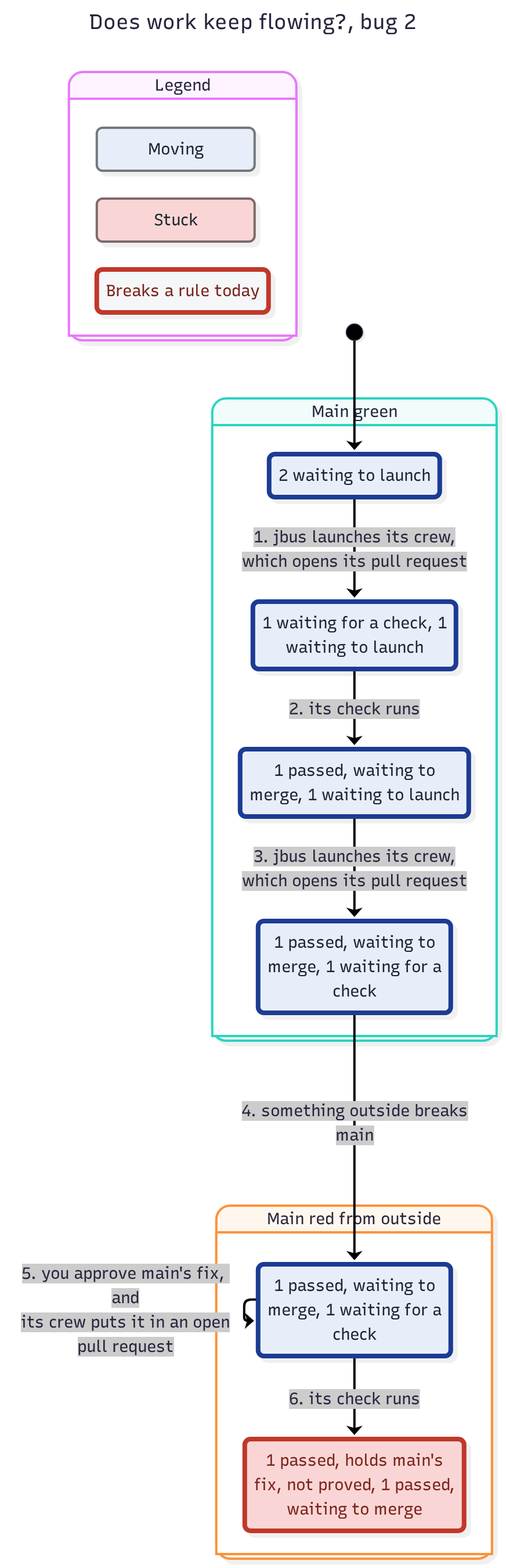
Above: features/jmerge/spec/FlowToday-statechart/bug-2.png in JoshuaHayesWasHere/jstack (Mermaid), before the change. Its source is kept beside it as features/jmerge/spec/FlowToday-statechart/bug-2.mmd.
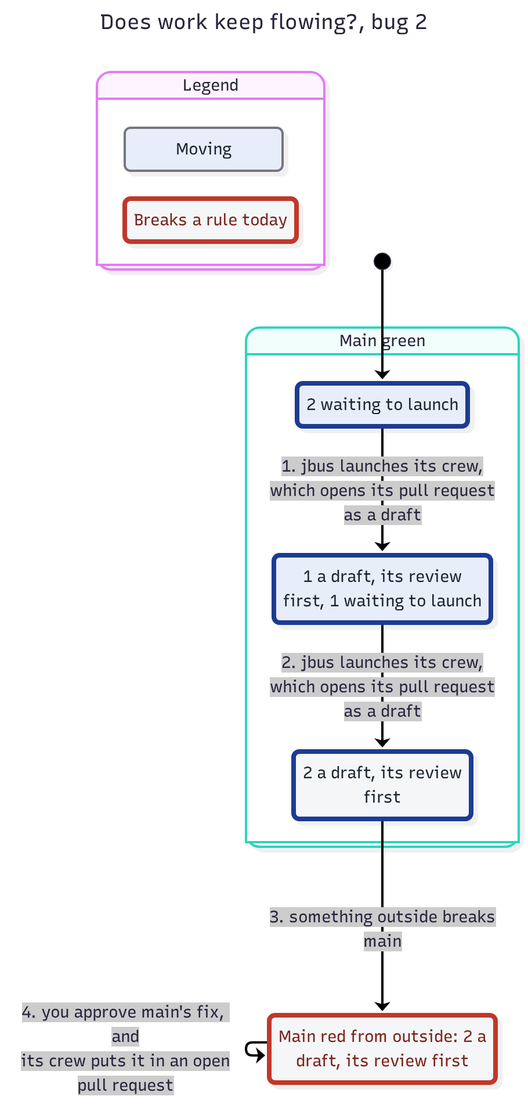
The same diagram one commit later.

Change to the diagram source:
```diff
@@ -7,38 +7,27 @@
 ---
 stateDiagram-v2
   classDef plainWrong fill:#f4f6f7,stroke:#c0392b,stroke-width:4px,color:#7b241c
+  classDef plainPath fill:#f4f6f7,stroke:#1f3a93,stroke-width:4px,color:#1b2631
   classDef group1 fill:#e8eef9,stroke:#74777d,color:#1b2631
   classDef group1Path fill:#e8eef9,stroke:#1f3a93,stroke-width:4px,color:#1b2631
-  classDef group3 fill:#f9d6d5,stroke:#7d6b6b,color:#1b2631
-  classDef group3Wrong fill:#f9d6d5,stroke:#c0392b,stroke-width:4px,color:#7b241c
   state "Legend" as legend {
     state "Moving" as legendGroup1
-    state "Stuck" as legendGroup3
     state "Breaks a rule today" as legendWrong
   }
   class legendGroup1 group1
-  class legendGroup3 group3
   class legendWrong plainWrong
   state "Main green" as g0 {
-    state "1 passed, waiting to<br/>merge, 1 waiting for a<br/>check" as s0
-    state "1 passed, waiting to<br/>merge, 1 waiting to launch" as s1
-    state "1 waiting for a check, 1<br/>waiting to launch" as s2
-    state "2 waiting to launch" as s3
+    state "1 a draft, its review<br/>first, 1 waiting to launch" as s0
+    state "2 a draft, its review<br/>first" as s1
+    state "2 waiting to launch" as s2
   }
-  state "Main red from outside" as g1 {
-    state "1 passed, holds main's<br/>fix, not proved, 1 passed,<br/>waiting to merge" as s4
-    state "1 passed, waiting to<br/>merge, 1 waiting for a<br/>check" as s5
-  }
-  [*] --> s3
-  s3 --> s2 : 1. jbus launches its crew,<br/>which opens its pull request
-  s2 --> s1 : 2. its check runs
-  s1 --> s0 : 3. jbus launches its crew,<br/>which opens its pull request
-  s0 --> s5 : 4. something outside breaks<br/>main
-  s5 --> s4 : 6. its check runs
-  s5 --> s5 : 5. you approve main's fix, and<br/>its crew puts it in an open<br/>pull request
+  state "Main red from outside: 2 a<br/>draft, its review first" as s3
+  [*] --> s2
+  s2 --> s0 : 1. jbus launches its crew,<br/>which opens its pull request<br/>as a draft
+  s0 --> s1 : 2. jbus launches its crew,<br/>which opens its pull request<br/>as a draft
+  s1 --> s3 : 3. something outside breaks<br/>main
+  s3 --> s3 : 4. you approve main's fix, and<br/>its crew puts it in an open<br/>pull request
   class s0 group1Path
-  class s1 group1Path
+  class s1 plainPath
   class s2 group1Path
-  class s3 group1Path
-  class s4 group3Wrong
-  class s5 group1Path
+  class s3 plainWrong
```
